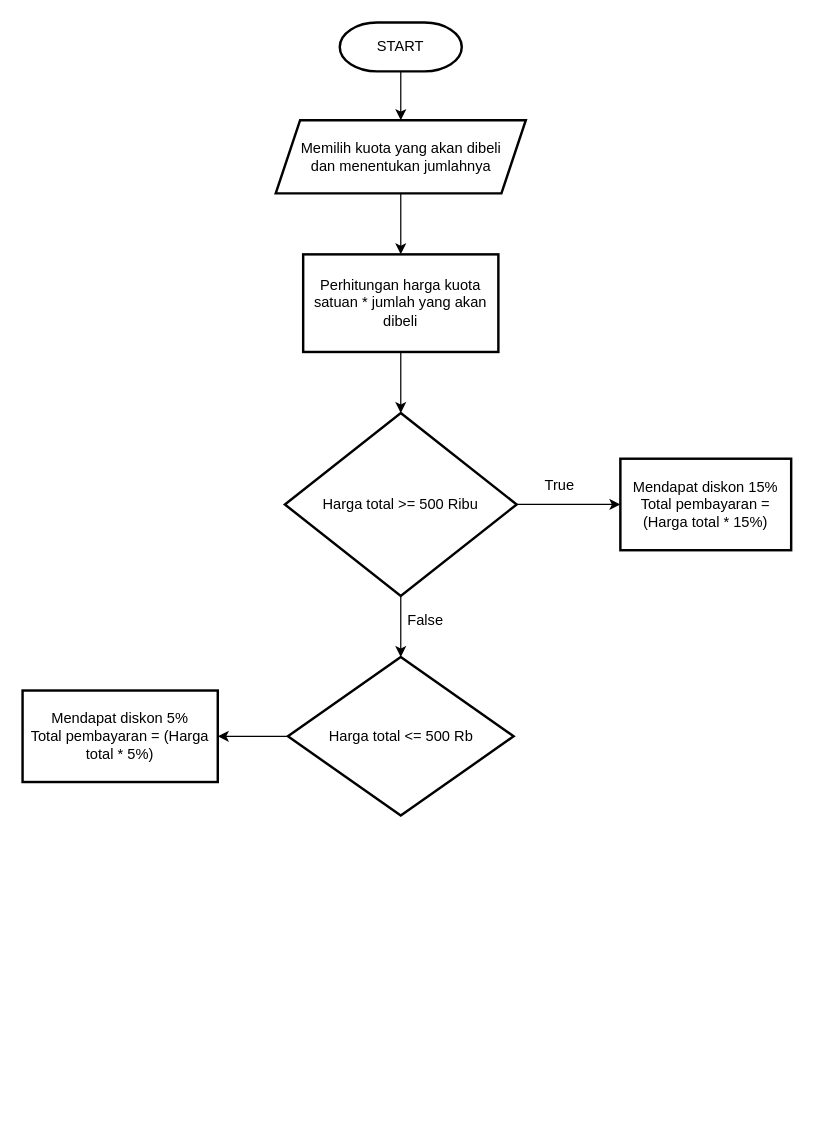
This is flowchart.drawio from Tulus0399/Tulus_Suryo-Kalkulator_diskon, a draw.io file, before an edit. Source tidied: cells renumbered, new cells numbered last; positions are measured from the earlier drawing's top-left corner, leaving out a move shared by most shapes. Both pictures are drawn from the tidied source at 122%, with x=0, y=0 at pixel (22, 22).
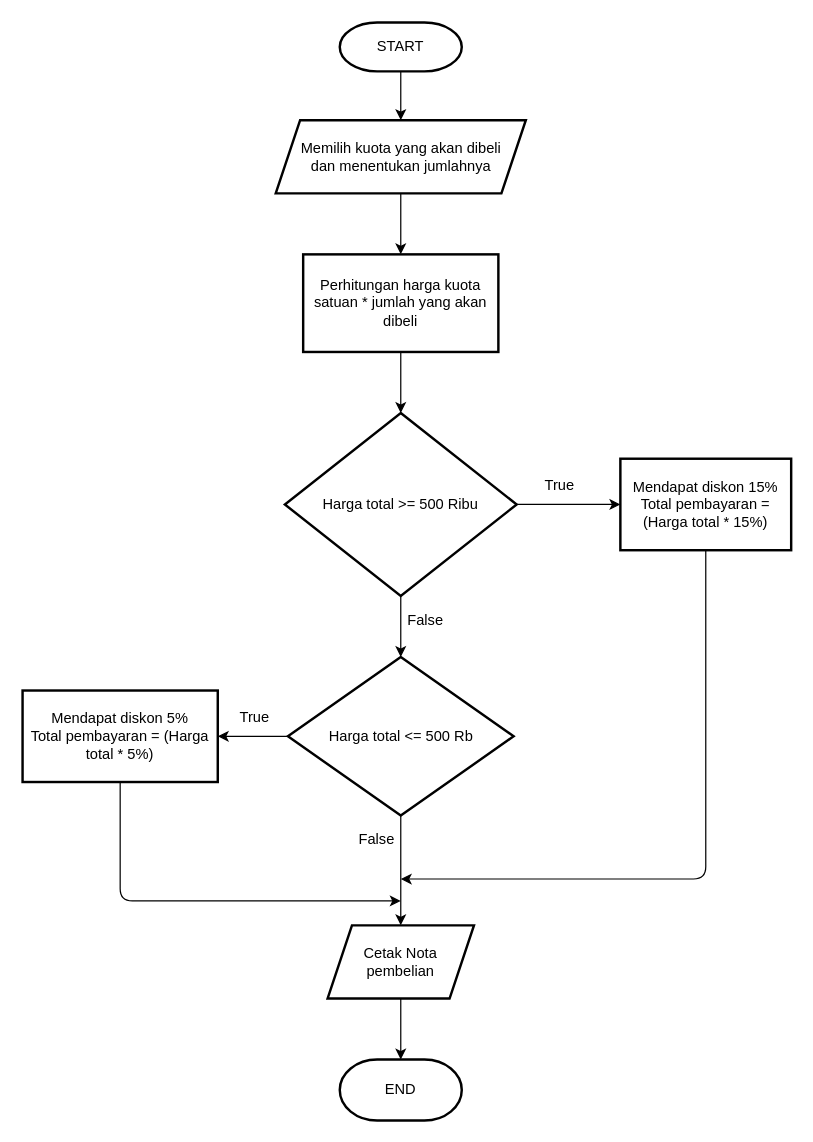
After the change.

Commit message:
pembuatan flowchart selesai

Unchanged cells that the change refers to:
```xml
<mxCell id="12" value="&lt;span&gt;Harga total &amp;lt;= 500 Rb&lt;/span&gt;" style="rhombus;whiteSpace=wrap;html=1;strokeWidth=2;" parent="1" vertex="1">
  <mxGeometry x="217.5" y="520" width="185" height="130" as="geometry" />
</mxCell>
<mxCell id="13" value="&lt;span&gt;Mendapat diskon 15%&lt;/span&gt;&lt;br&gt;&lt;span&gt;Total pembayaran = (Harga total * 15%)&lt;/span&gt;" style="whiteSpace=wrap;html=1;strokeWidth=2;" parent="1" vertex="1">
  <mxGeometry x="490" y="357.5" width="140" height="75" as="geometry" />
</mxCell>
<mxCell id="16" value="&lt;span&gt;Mendapat diskon 5%&lt;/span&gt;&lt;br&gt;&lt;span&gt;Total pembayaran = (Harga total * 5%)&lt;/span&gt;" style="whiteSpace=wrap;html=1;strokeWidth=2;" parent="1" vertex="1">
  <mxGeometry y="547.5" width="160" height="75" as="geometry" />
</mxCell>
```

Change to the diagram source:
```diff
@@
+    <mxCell id="17" style="edgeStyle=none;html=1;" parent="1" edge="1" source="12" target="21">
+      <mxGeometry relative="1" as="geometry" />
+    </mxCell>
@@
+    <mxCell id="18" style="edgeStyle=none;html=1;exitX=0.5;exitY=1;exitDx=0;exitDy=0;" parent="1" edge="1" source="13">
+      <mxGeometry relative="1" as="geometry">
+        <mxPoint x="310" y="702" as="targetPoint" />
+        <Array as="points">
+          <mxPoint x="560" y="702" />
+        </Array>
+      </mxGeometry>
+    </mxCell>
@@
+    <mxCell id="19" style="edgeStyle=none;html=1;exitX=0.5;exitY=1;exitDx=0;exitDy=0;" parent="1" edge="1" source="16">
+      <mxGeometry relative="1" as="geometry">
+        <mxPoint x="310" y="720" as="targetPoint" />
+        <Array as="points">
+          <mxPoint x="80" y="720" />
+        </Array>
+      </mxGeometry>
+    </mxCell>
@@
+    <mxCell id="20" style="edgeStyle=none;html=1;exitX=0.5;exitY=1;exitDx=0;exitDy=0;" parent="1" edge="1" source="21" target="24">
+      <mxGeometry relative="1" as="geometry" />
+    </mxCell>
+    <mxCell id="21" value="&lt;span&gt;Cetak Nota pembelian&lt;/span&gt;" style="shape=parallelogram;perimeter=parallelogramPerimeter;whiteSpace=wrap;html=1;fixedSize=1;strokeWidth=2;" parent="1" vertex="1">
+      <mxGeometry x="250" y="740" width="120" height="60" as="geometry" />
+    </mxCell>
+    <mxCell id="22" value="False" style="text;html=1;align=center;verticalAlign=middle;strokeColor=none;fillColor=none;" parent="1" vertex="1">
+      <mxGeometry x="270" y="660" width="40" height="20" as="geometry" />
+    </mxCell>
+    <mxCell id="23" value="True" style="text;html=1;align=center;verticalAlign=middle;strokeColor=none;fillColor=none;" parent="1" vertex="1">
+      <mxGeometry x="170" y="560" width="40" height="20" as="geometry" />
+    </mxCell>
+    <mxCell id="24" value="END" style="strokeWidth=2;html=1;shape=mxgraph.flowchart.terminator;whiteSpace=wrap;" parent="1" vertex="1">
+      <mxGeometry x="260" y="850" width="100" height="50" as="geometry" />
+    </mxCell>
```
